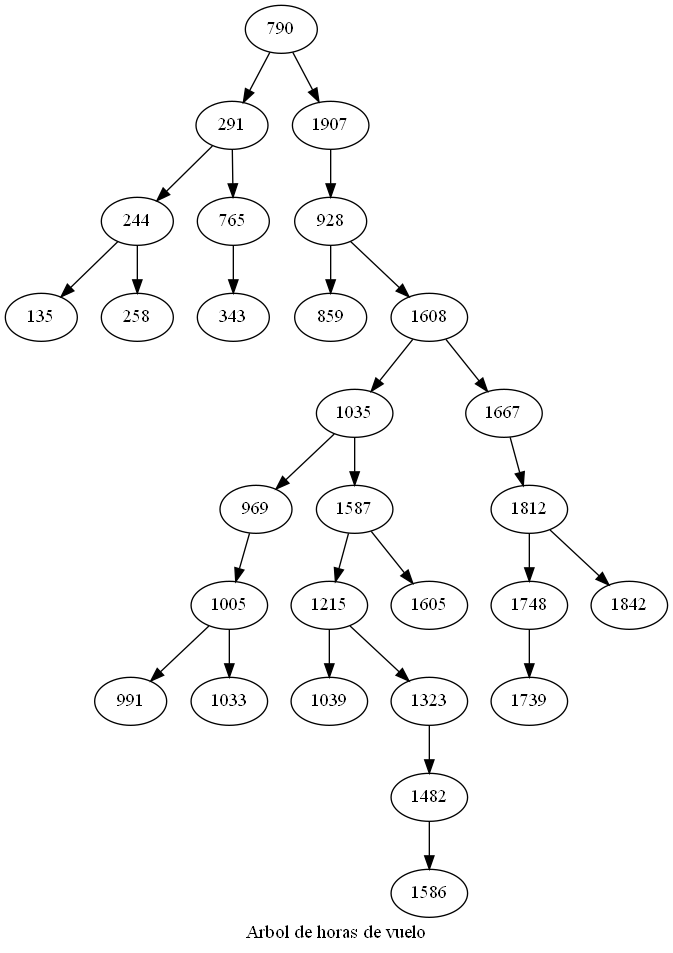
This is imagenes/horasVuelo.png from MarvinCastellanos/201700490_EDD_Proyecto, a Graphviz export, as it was before one commit. Its source is kept beside it as dot/horasVuelo.dot. Source of this version:
```dot
digraph G {
  label="Arbol de horas de vuelo";
    790 -> 291;
    291 -> 244;
    244 -> 135;
    244 -> 258;
    291 -> 765;
    765 -> 343;
    790 -> 1907;
    1907 -> 928;
    928 -> 859;
    928 -> 1608;
    1608 -> 1035;
    1035 -> 969;
    969 -> 1005;
    1005 -> 991;
    1005 -> 1033;
    1035 -> 1587;
    1587 -> 1215;
    1215 -> 1039;
    1215 -> 1323;
    1323 -> 1482;
    1482 -> 1586;
    1587 -> 1605;
    1608 -> 1667;
    1667 -> 1812;
    1812 -> 1748;
    1748 -> 1739;
    1812 -> 1842;
}
```
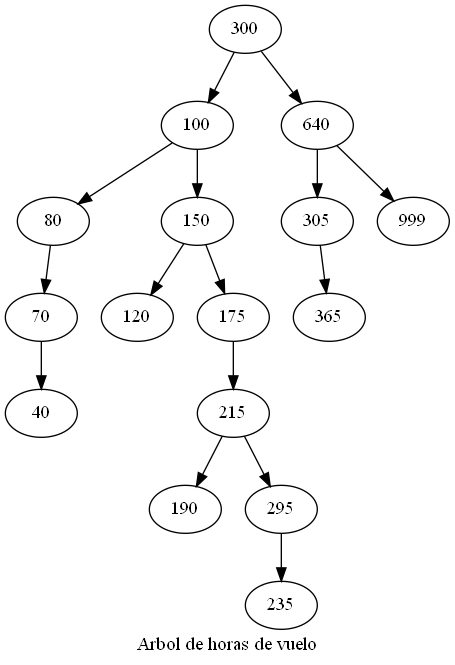
After the change.

What changed in the source:
```diff
@@ -1,30 +1,18 @@
 digraph G {
   label="Arbol de horas de vuelo";
-    790 -> 291;
-    291 -> 244;
-    244 -> 135;
-    244 -> 258;
-    291 -> 765;
-    765 -> 343;
-    790 -> 1907;
-    1907 -> 928;
-    928 -> 859;
-    928 -> 1608;
-    1608 -> 1035;
-    1035 -> 969;
-    969 -> 1005;
-    1005 -> 991;
-    1005 -> 1033;
-    1035 -> 1587;
-    1587 -> 1215;
-    1215 -> 1039;
-    1215 -> 1323;
-    1323 -> 1482;
-    1482 -> 1586;
-    1587 -> 1605;
-    1608 -> 1667;
-    1667 -> 1812;
-    1812 -> 1748;
-    1748 -> 1739;
-    1812 -> 1842;
+    300 -> 100;
+    100 -> 80;
+    80 -> 70;
+    70 -> 40;
+    100 -> 150;
+    150 -> 120;
+    150 -> 175;
+    175 -> 215;
+    215 -> 190;
+    215 -> 295;
+    295 -> 235;
+    300 -> 640;
+    640 -> 305;
+    305 -> 365;
+    640 -> 999;
 }
```
